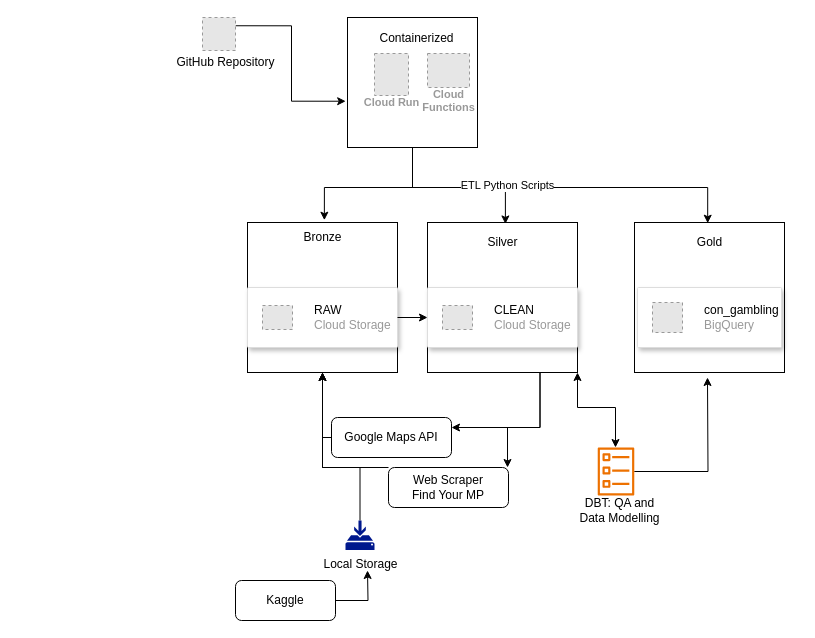
Earlier version of the draw.io diagram diagrams/etl_pipeline.drawio (NathanHGayle/gambling_premises_uk). Source tidied: cells renumbered, new cells numbered last; positions are measured from the earlier drawing's top-left corner, leaving out a move shared by most shapes. Both pictures are drawn from the tidied source at 100%, with x=0, y=0 at pixel (165, 17). Pictures stored in the file or linked from it are replaced by grey dashed boxes.
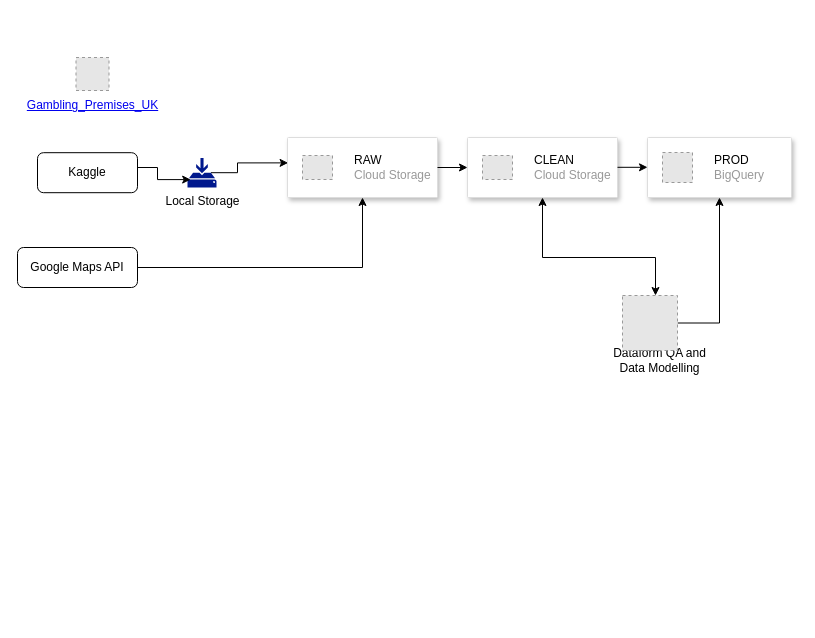
After the change.

What changed in the source:
```diff
@@
-    <mxCell id="2" style="whiteSpace=wrap;html=1;" parent="1" vertex="1">
-      <mxGeometry x="182" width="130" height="130" as="geometry" />
-    </mxCell>
-    <mxCell id="3" style="whiteSpace=wrap;html=1;" parent="1" vertex="1">
-      <mxGeometry x="82" y="205" width="150" height="150" as="geometry" />
-    </mxCell>
     <mxCell id="4" style="strokeColor=#dddddd;shadow=1;strokeWidth=1;rounded=1;absoluteArcSize=1;arcSize=2;" parent="1" vertex="1">
-      <mxGeometry x="82" y="270" width="150" height="60" as="geometry" />
+      <mxGeometry x="122" y="120" width="150" height="60" as="geometry" />
     </mxCell>
@@
-    <mxCell id="6" style="whiteSpace=wrap;html=1;" parent="1" vertex="1">
-      <mxGeometry x="469" y="205" width="150" height="150" as="geometry" />
-    </mxCell>
-    <mxCell id="7" style="edgeStyle=orthogonalEdgeStyle;rounded=0;jettySize=auto;html=1;entryX=0.992;entryY=0;entryDx=0;entryDy=0;exitX=0.75;exitY=1;exitDx=0;exitDy=0;entryPerimeter=0;" parent="1" edge="1" source="9" target="14">
-      <mxGeometry relative="1" as="geometry">
-        <Array as="points">
-          <mxPoint x="375" y="410" />
-          <mxPoint x="342" y="410" />
-        </Array>
-      </mxGeometry>
-    </mxCell>
-    <mxCell id="8" style="edgeStyle=orthogonalEdgeStyle;rounded=0;jettySize=auto;html=1;exitX=0.75;exitY=1;exitDx=0;exitDy=0;entryX=1;entryY=0.25;entryDx=0;entryDy=0;" parent="1" edge="1" source="9" target="12">
-      <mxGeometry relative="1" as="geometry">
-        <Array as="points">
-          <mxPoint x="375" y="410" />
-        </Array>
-      </mxGeometry>
-    </mxCell>
-    <mxCell id="9" style="whiteSpace=wrap;html=1;" parent="1" vertex="1">
-      <mxGeometry x="262" y="205" width="150" height="150" as="geometry" />
-    </mxCell>
     <mxCell id="10" value="Kaggle" style="rounded=1;whiteSpace=wrap;html=1;fontSize=12;glass=0;strokeWidth=1;shadow=0;" parent="1" vertex="1">
-      <mxGeometry x="70" y="563" width="100" height="40" as="geometry" />
+      <mxGeometry x="-128" y="135.2" width="100" height="40" as="geometry" />
     </mxCell>
-    <mxCell id="11" style="edgeStyle=orthogonalEdgeStyle;rounded=0;jettySize=auto;html=1;entryX=0.5;entryY=1;entryDx=0;entryDy=0;" parent="1" edge="1" source="12" target="3">
+    <mxCell id="11" style="edgeStyle=orthogonalEdgeStyle;rounded=0;jettySize=auto;html=1;entryX=0.5;entryY=1;entryDx=0;entryDy=0;exitX=1;exitY=0.5;exitDx=0;exitDy=0;" parent="1" edge="1" source="12" target="4">
       <mxGeometry relative="1" as="geometry">
         <Array as="points">
-          <mxPoint x="157" y="420" />
+          <mxPoint x="197" y="250" />
         </Array>
       </mxGeometry>
     </mxCell>
     <mxCell id="12" value="Google Maps API" style="rounded=1;whiteSpace=wrap;html=1;fontSize=12;glass=0;strokeWidth=1;shadow=0;" parent="1" vertex="1">
-      <mxGeometry x="166" y="400" width="120" height="40" as="geometry" />
+      <mxGeometry x="-148" y="230" width="120" height="40" as="geometry" />
     </mxCell>
-    <mxCell id="13" style="edgeStyle=orthogonalEdgeStyle;rounded=0;jettySize=auto;html=1;exitX=0;exitY=0;exitDx=0;exitDy=0;entryX=0.5;entryY=1;entryDx=0;entryDy=0;" parent="1" edge="1" source="14" target="3">
-      <mxGeometry relative="1" as="geometry">
-        <Array as="points">
-          <mxPoint x="157" y="450" />
-        </Array>
-      </mxGeometry>
-    </mxCell>
-    <mxCell id="14" value="Web Scraper&lt;div&gt;Find Your MP&lt;/div&gt;" style="rounded=1;whiteSpace=wrap;html=1;fontSize=12;glass=0;strokeWidth=1;shadow=0;" parent="1" vertex="1">
-      <mxGeometry x="223" y="450" width="120" height="40" as="geometry" />
-    </mxCell>
@@
-    <mxCell id="16" style="edgeStyle=orthogonalEdgeStyle;rounded=0;jettySize=auto;html=1;exitX=0.5;exitY=0;exitDx=0;exitDy=0;exitPerimeter=0;entryX=0.5;entryY=1;entryDx=0;entryDy=0;" parent="1" edge="1" source="17" target="3">
+    <mxCell id="16" style="edgeStyle=orthogonalEdgeStyle;rounded=0;jettySize=auto;html=1;exitX=0.81;exitY=0.5;exitDx=0;exitDy=0;exitPerimeter=0;entryX=0.004;entryY=0.423;entryDx=0;entryDy=0;entryPerimeter=0;" parent="1" edge="1" source="17" target="4">
       <mxGeometry relative="1" as="geometry">
         <Array as="points">
-          <mxPoint x="195" y="450" />
-          <mxPoint x="157" y="450" />
+          <mxPoint x="72" y="155" />
+          <mxPoint x="72" y="145" />
         </Array>
       </mxGeometry>
     </mxCell>
     <mxCell id="17" value="Local Storage" style="sketch=0;shadow=0;dashed=0;html=1;strokeColor=none;labelPosition=center;verticalLabelPosition=bottom;verticalAlign=top;align=center;fillColor=#00188D;shape=mxgraph.mscae.enterprise.backup_local;" parent="1" vertex="1">
-      <mxGeometry x="180" y="503" width="29" height="29.6" as="geometry" />
+      <mxGeometry x="22" y="140.4" width="29" height="29.6" as="geometry" />
     </mxCell>
-    <mxCell id="18" style="edgeStyle=orthogonalEdgeStyle;rounded=0;jettySize=auto;html=1;exitX=1;exitY=0.5;exitDx=0;exitDy=0;" parent="1" edge="1" source="10">
+    <mxCell id="18" style="edgeStyle=orthogonalEdgeStyle;rounded=0;jettySize=auto;html=1;exitX=1;exitY=0.5;exitDx=0;exitDy=0;entryX=0.109;entryY=0.733;entryDx=0;entryDy=0;entryPerimeter=0;" parent="1" edge="1" source="10" target="17">
       <mxGeometry relative="1" as="geometry">
-        <mxPoint x="202" y="553" as="targetPoint" />
+        <Array as="points">
+          <mxPoint x="-8" y="150" />
+          <mxPoint x="-8" y="162" />
+        </Array>
       </mxGeometry>
     </mxCell>
-    <mxCell id="19" value="Bronze" style="text;html=1;align=center;verticalAlign=middle;points=[];strokeColor=none;fillColor=none;" parent="1" vertex="1">
-      <mxGeometry x="127" y="205" width="60" height="30" as="geometry" />
-    </mxCell>
-    <mxCell id="20" value="Silver" style="text;html=1;align=center;verticalAlign=middle;points=[];strokeColor=none;fillColor=none;" parent="1" vertex="1">
-      <mxGeometry x="312" y="210" width="50" height="30" as="geometry" />
-    </mxCell>
-    <mxCell id="21" style="edgeStyle=orthogonalEdgeStyle;rounded=0;jettySize=auto;html=1;exitX=1;exitY=1;exitDx=0;exitDy=0;startArrow=classic;startFill=1;" parent="1" edge="1" source="9" target="24">
+    <mxCell id="21" style="edgeStyle=orthogonalEdgeStyle;rounded=0;jettySize=auto;html=1;exitX=0.5;exitY=1;exitDx=0;exitDy=0;startArrow=classic;startFill=1;" parent="1" edge="1" source="26" target="40">
       <mxGeometry relative="1" as="geometry">
         <Array as="points">
-          <mxPoint x="412" y="390" />
-          <mxPoint x="450" y="390" />
+          <mxPoint x="377" y="240" />
+          <mxPoint x="490" y="240" />
         </Array>
       </mxGeometry>
     </mxCell>
-    <mxCell id="22" value="Gold" style="text;html=1;align=center;verticalAlign=middle;points=[];strokeColor=none;fillColor=none;" parent="1" vertex="1">
-      <mxGeometry x="519" y="210" width="50" height="30" as="geometry" />
-    </mxCell>
-    <mxCell id="23" style="edgeStyle=orthogonalEdgeStyle;rounded=0;jettySize=auto;html=1;" parent="1" edge="1" source="24">
-      <mxGeometry relative="1" as="geometry">
-        <mxPoint x="542" y="360" as="targetPoint" />
-      </mxGeometry>
+    <mxCell id="23" style="edgeStyle=orthogonalEdgeStyle;rounded=0;jettySize=auto;html=1;exitX=1;exitY=0.5;exitDx=0;exitDy=0;entryX=0.5;entryY=1;entryDx=0;entryDy=0;" parent="1" edge="1" source="40" target="28">
+      <mxGeometry relative="1" as="geometry" />
     </mxCell>
-    <mxCell id="24" style="sketch=0;outlineConnect=0;fontColor=#232F3E;gradientColor=none;fillColor=#ED7100;strokeColor=none;dashed=0;verticalLabelPosition=bottom;verticalAlign=top;align=center;html=1;fontSize=12;fontStyle=0;shape=mxgraph.aws4.ecs_task;" parent="1" vertex="1">
-      <mxGeometry x="432" y="430" width="37" height="48" as="geometry" />
-    </mxCell>
-    <mxCell id="25" value="DBT: QA and&lt;div&gt;Data Modelling&lt;/div&gt;" style="text;html=1;align=center;verticalAlign=middle;strokeColor=none;fillColor=none;" parent="1" vertex="1">
-      <mxGeometry x="404" y="473" width="100" height="40" as="geometry" />
+    <mxCell id="25" value="Dataform QA and&lt;div&gt;Data Modelling&lt;/div&gt;" style="text;html=1;align=center;verticalAlign=middle;strokeColor=none;fillColor=none;" parent="1" vertex="1">
+      <mxGeometry x="434" y="323" width="120" height="40" as="geometry" />
     </mxCell>
     <mxCell id="26" style="strokeColor=#dddddd;shadow=1;strokeWidth=1;rounded=1;absoluteArcSize=1;arcSize=2;" parent="1" vertex="1">
-      <mxGeometry x="262" y="270" width="150" height="60" as="geometry" />
+      <mxGeometry x="302" y="120" width="150" height="60" as="geometry" />
     </mxCell>
@@
     <mxCell id="28" style="strokeColor=#dddddd;shadow=1;strokeWidth=1;rounded=1;absoluteArcSize=1;arcSize=2;" parent="1" vertex="1">
-      <mxGeometry x="472" y="270" width="144" height="60" as="geometry" />
+      <mxGeometry x="482" y="120" width="144" height="60" as="geometry" />
     </mxCell>
-    <mxCell id="29" value="&lt;font color=&quot;#000000&quot;&gt;con_gambling&lt;/font&gt;&lt;br&gt;BigQuery" style="fillColor=#E6E6E6;strokeColor=#999999;dashed=1;html=1;fontColor=#999999;verticalLabelPosition=middle;verticalAlign=middle;labelPosition=right;align=left;spacingLeft=20;" parent="28" vertex="1">
+    <mxCell id="29" value="&lt;font color=&quot;#000000&quot;&gt;PROD&lt;/font&gt;&lt;br&gt;BigQuery" style="fillColor=#E6E6E6;strokeColor=#999999;dashed=1;html=1;fontColor=#999999;verticalLabelPosition=middle;verticalAlign=middle;labelPosition=right;align=left;spacingLeft=20;" parent="28" vertex="1">
       <mxGeometry width="30" height="30" relative="1" as="geometry">
         <mxPoint x="15" y="15" as="offset" />
       </mxGeometry>
     </mxCell>
-    <mxCell id="30" value="Cloud&#10;Functions" style="fillColor=#E6E6E6;strokeColor=#999999;dashed=1;html=1;verticalAlign=top;labelPosition=center;verticalLabelPosition=bottom;align=center;spacingTop=-6;fontSize=11;fontStyle=1;fontColor=#999999;" parent="1" vertex="1">
-      <mxGeometry x="262" y="36" width="42" height="34" as="geometry" />
-    </mxCell>
-    <mxCell id="31" style="edgeStyle=orthogonalEdgeStyle;rounded=0;jettySize=auto;html=1;exitX=1;exitY=0.25;exitDx=0;exitDy=0;entryX=-0.014;entryY=0.644;entryDx=0;entryDy=0;entryPerimeter=0;" parent="1" edge="1" source="32" target="2">
-      <mxGeometry relative="1" as="geometry" />
-    </mxCell>
+    <mxCell id="40" style="fillColor=#E6E6E6;strokeColor=#999999;dashed=1;verticalLabelPosition=bottom;labelBackgroundColor=default;verticalAlign=top;" parent="1" vertex="1">
+      <mxGeometry x="457" y="278" width="55" height="55" as="geometry" />
+    </mxCell>
+    <mxCell id="41" style="group;" parent="1" vertex="1">
+      <mxGeometry x="-148" y="40" width="150" height="63" as="geometry" />
+    </mxCell>
-    <mxCell id="32" style="fillColor=#E6E6E6;strokeColor=#999999;dashed=1;verticalLabelPosition=bottom;labelBackgroundColor=#ffffff;verticalAlign=top;" parent="1" vertex="1">
-      <mxGeometry x="37" width="33" height="33" as="geometry" />
+    <mxCell id="32" style="fillColor=#E6E6E6;strokeColor=#999999;dashed=1;verticalLabelPosition=bottom;labelBackgroundColor=#ffffff;verticalAlign=top;" parent="41" vertex="1">
+      <mxGeometry x="58.5" width="33" height="33" as="geometry" />
     </mxCell>
-    <mxCell id="33" value="Cloud Run" style="fillColor=#E6E6E6;strokeColor=#999999;dashed=1;html=1;verticalAlign=top;labelPosition=center;verticalLabelPosition=bottom;align=center;spacingTop=-6;fontSize=11;fontStyle=1;fontColor=#999999;" parent="1" vertex="1">
-      <mxGeometry x="209" y="36" width="34" height="42" as="geometry" />
-    </mxCell>
-    <mxCell id="34" value="GitHub Repository" style="text;html=1;align=center;verticalAlign=middle;strokeColor=none;fillColor=none;" parent="1" vertex="1">
-      <mxGeometry x="-0.5" y="30" width="120" height="30" as="geometry" />
+    <mxCell id="34" value="&lt;a href=&quot;https://github.com/NathanHGayle/gambling_premises_uk/tree/master&quot;&gt;Gambling_Premises_UK&lt;/a&gt;" style="text;html=1;align=center;verticalAlign=middle;strokeColor=none;fillColor=none;" parent="41" vertex="1">
+      <mxGeometry y="33" width="150" height="30" as="geometry" />
     </mxCell>
-    <mxCell id="35" value="Containerized" style="text;html=1;align=center;verticalAlign=middle;strokeColor=none;fillColor=none;" parent="1" vertex="1">
-      <mxGeometry x="201" y="6" width="100" height="30" as="geometry" />
-    </mxCell>
-    <mxCell id="36" style="edgeStyle=orthogonalEdgeStyle;rounded=0;jettySize=auto;html=1;exitX=0.5;exitY=1;exitDx=0;exitDy=0;entryX=0.531;entryY=-0.077;entryDx=0;entryDy=0;entryPerimeter=0;" parent="1" edge="1" source="2" target="19">
-      <mxGeometry relative="1" as="geometry">
-        <Array as="points">
-          <mxPoint x="247" y="170" />
-          <mxPoint x="159" y="170" />
-        </Array>
-      </mxGeometry>
-    </mxCell>
-    <mxCell id="37" style="edgeStyle=orthogonalEdgeStyle;rounded=0;jettySize=auto;html=1;exitX=0.5;exitY=1;exitDx=0;exitDy=0;entryX=0.558;entryY=-0.118;entryDx=0;entryDy=0;entryPerimeter=0;" parent="1" edge="1" source="2" target="20">
-      <mxGeometry relative="1" as="geometry" />
-    </mxCell>
-    <mxCell id="38" style="edgeStyle=orthogonalEdgeStyle;rounded=0;jettySize=auto;html=1;exitX=0.5;exitY=1;exitDx=0;exitDy=0;entryX=0.464;entryY=-0.143;entryDx=0;entryDy=0;entryPerimeter=0;" parent="1" edge="1" source="2" target="22">
-      <mxGeometry relative="1" as="geometry" />
-    </mxCell>
-    <mxCell id="39" value="ETL Python Scripts" style="edgeLabel;html=1;align=center;verticalAlign=middle;" parent="38" vertex="1">
-      <mxGeometry x="-0.28" y="3" relative="1" as="geometry" />
-    </mxCell>
+    <mxCell id="42" style="edgeStyle=orthogonalEdgeStyle;rounded=0;orthogonalLoop=1;jettySize=auto;html=1;exitX=1;exitY=0.5;exitDx=0;exitDy=0;entryX=0;entryY=0.5;entryDx=0;entryDy=0;" parent="1" edge="1">
+      <mxGeometry relative="1" as="geometry">
+        <mxPoint x="452" y="149.8" as="sourcePoint" />
+        <mxPoint x="482" y="149.8" as="targetPoint" />
+      </mxGeometry>
+    </mxCell>
```
